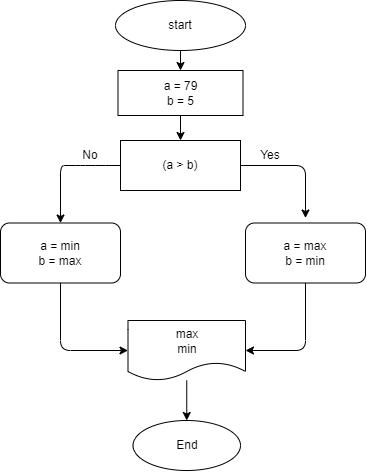
The draw.io diagram Lessons01/Examples/Task002/diagram.drawio.png in Mypulse/dotnet, before a commit. Source tidied: cells renumbered, new cells last; positions are measured from the earlier drawing's top-left corner, leaving out a move shared by most shapes.
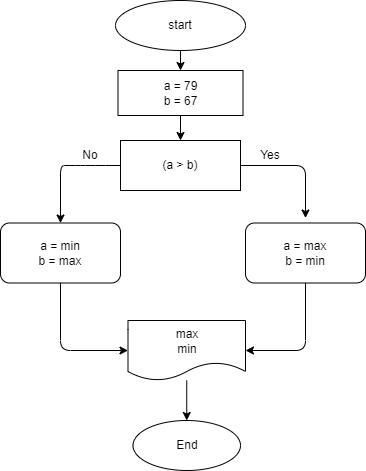
Later version of the same file.

Commit message:
изменение в блок-схеме

Change to the diagram source:
```diff
@@ -11,7 +11,7 @@
     <mxCell id="4" style="edgeStyle=none;html=1;" parent="1" edge="1" source="5" target="8">
       <mxGeometry relative="1" as="geometry" />
     </mxCell>
-    <mxCell id="5" value="a = 79&lt;br&gt;b = 5" style="whiteSpace=wrap;html=1;" parent="1" vertex="1">
+    <mxCell id="5" value="a = 79&lt;br&gt;b = 67" style="whiteSpace=wrap;html=1;" parent="1" vertex="1">
       <mxGeometry x="117.5" y="70" width="125" height="45" as="geometry" />
     </mxCell>
     <mxCell id="6" style="edgeStyle=none;html=1;entryX=0.5;entryY=0;entryDx=0;entryDy=0;" parent="1" edge="1" source="8" target="10">
```
